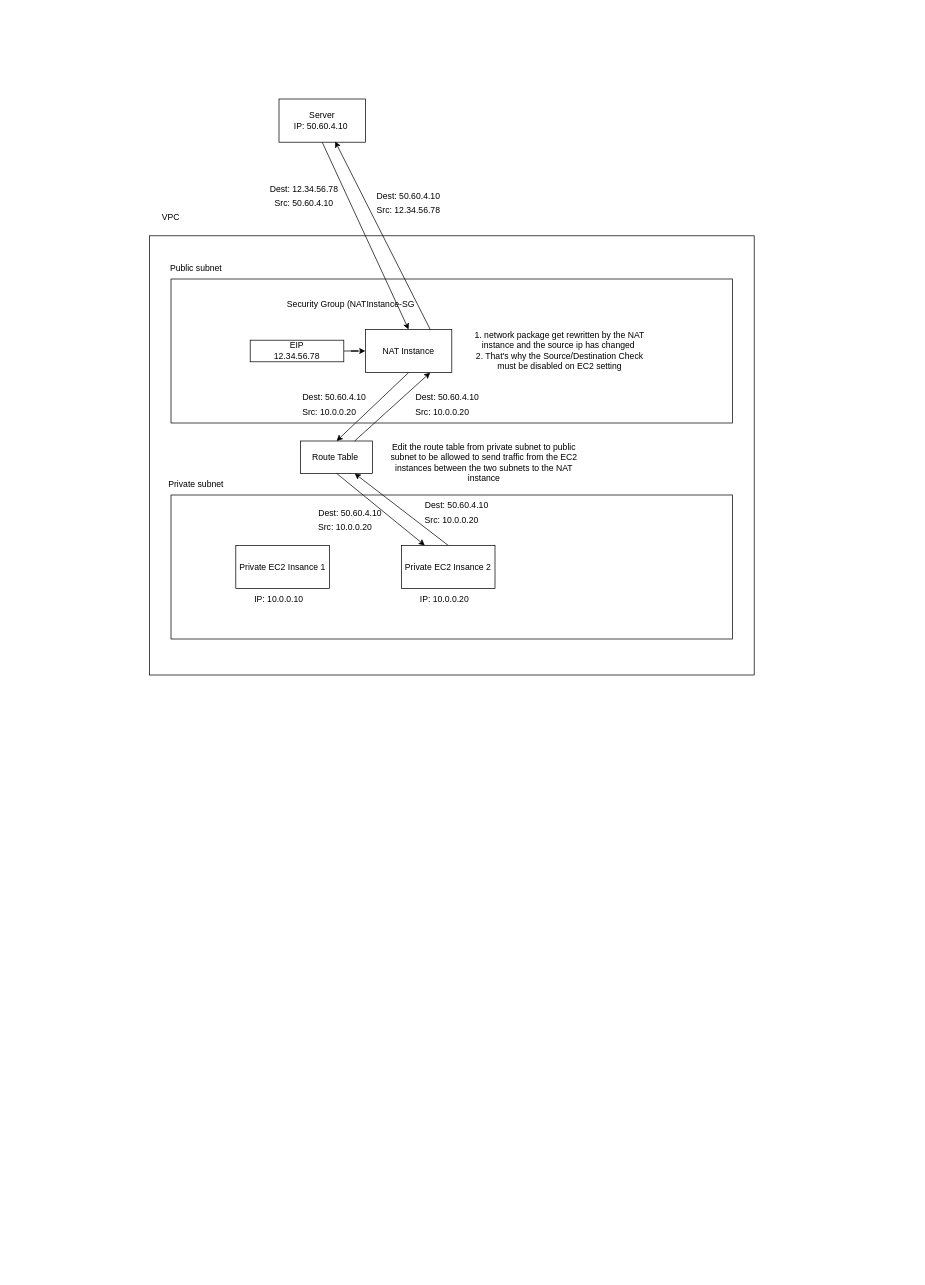
Before: Untitled Diagram.drawio in GeromeRen/temp, a draw.io diagram. Source tidied: cells renumbered, new cells numbered last; positions are measured from the earlier drawing's top-left corner, leaving out a move shared by most shapes. Both pictures are drawn from the tidied source at 72%, with x=0, y=0 at pixel (149, 99).
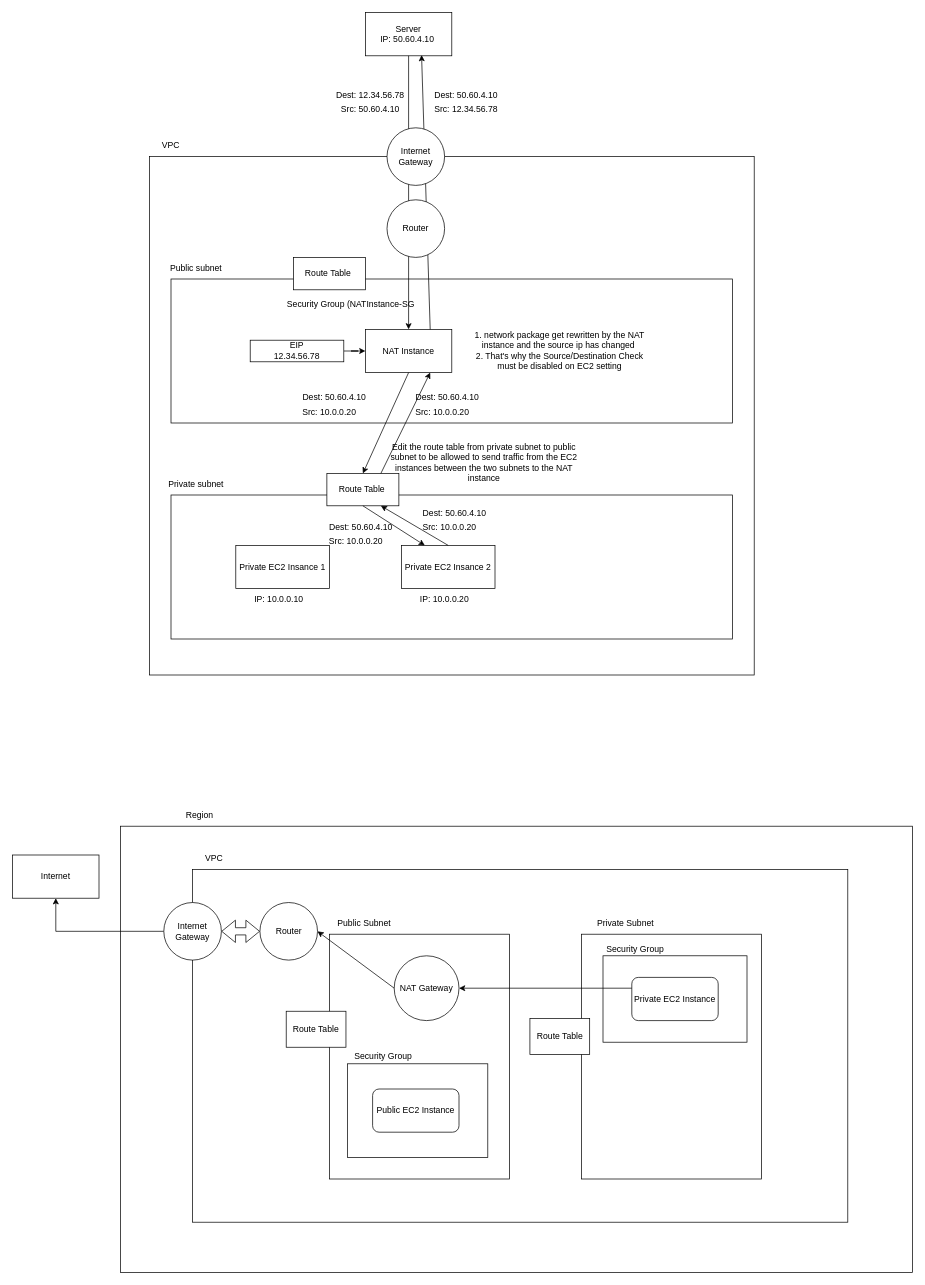
After the change.

Diff of the diagram source:
```diff
@@
     <mxCell id="2" style="rounded=0;whiteSpace=wrap;html=1;" parent="1" vertex="1">
-      <mxGeometry y="190" width="840" height="610" as="geometry" />
+      <mxGeometry y="80" width="840" height="720" as="geometry" />
     </mxCell>
     <mxCell id="3" value="VPC" style="text;html=1;strokeColor=none;fillColor=none;align=center;verticalAlign=middle;whiteSpace=wrap;rounded=0;" parent="1" vertex="1">
-      <mxGeometry y="150" width="60" height="30" as="geometry" />
+      <mxGeometry y="50" width="60" height="30" as="geometry" />
     </mxCell>
@@
     <mxCell id="8" value="Server&lt;br&gt;IP: 50.60.4.10&amp;nbsp;" style="rounded=0;whiteSpace=wrap;html=1;" parent="1" vertex="1">
-      <mxGeometry x="180" width="120" height="60" as="geometry" />
+      <mxGeometry x="300" y="-120" width="120" height="60" as="geometry" />
     </mxCell>
@@
     <mxCell id="15" value="Route Table&amp;nbsp;" style="rounded=0;whiteSpace=wrap;html=1;" parent="1" vertex="1">
-      <mxGeometry x="210" y="475" width="100" height="45" as="geometry" />
+      <mxGeometry x="246.5" y="520" width="100" height="45" as="geometry" />
     </mxCell>
@@
     <mxCell id="19" value="Dest: 50.60.4.10" style="text;html=1;strokeColor=none;fillColor=none;align=center;verticalAlign=middle;whiteSpace=wrap;rounded=0;" parent="1" vertex="1">
-      <mxGeometry x="367" y="550" width="120" height="30" as="geometry" />
+      <mxGeometry x="363.5" y="560" width="120" height="30" as="geometry" />
     </mxCell>
     <mxCell id="20" value="Src: 10.0.0.20" style="text;html=1;strokeColor=none;fillColor=none;align=center;verticalAlign=middle;whiteSpace=wrap;rounded=0;" parent="1" vertex="1">
-      <mxGeometry x="360" y="570" width="120" height="30" as="geometry" />
+      <mxGeometry x="356.5" y="580" width="120" height="30" as="geometry" />
     </mxCell>
@@
     <mxCell id="29" value="Dest: 50.60.4.10" style="text;html=1;strokeColor=none;fillColor=none;align=center;verticalAlign=middle;whiteSpace=wrap;rounded=0;" parent="1" vertex="1">
-      <mxGeometry x="300" y="120" width="120" height="30" as="geometry" />
+      <mxGeometry x="380" y="-20" width="120" height="30" as="geometry" />
     </mxCell>
     <mxCell id="30" value="Src: 12.34.56.78" style="text;html=1;strokeColor=none;fillColor=none;align=center;verticalAlign=middle;whiteSpace=wrap;rounded=0;" parent="1" vertex="1">
-      <mxGeometry x="300" y="140" width="120" height="30" as="geometry" />
+      <mxGeometry x="380" width="120" height="30" as="geometry" />
     </mxCell>
@@
     <mxCell id="32" value="Dest: 12.34.56.78" style="text;html=1;strokeColor=none;fillColor=none;align=center;verticalAlign=middle;whiteSpace=wrap;rounded=0;" parent="1" vertex="1">
-      <mxGeometry x="155" y="110" width="120" height="30" as="geometry" />
+      <mxGeometry x="246.5" y="-20" width="120" height="30" as="geometry" />
     </mxCell>
     <mxCell id="33" value="Src: 50.60.4.10" style="text;html=1;strokeColor=none;fillColor=none;align=center;verticalAlign=middle;whiteSpace=wrap;rounded=0;" parent="1" vertex="1">
-      <mxGeometry x="155" y="130" width="120" height="30" as="geometry" />
+      <mxGeometry x="246.5" width="120" height="30" as="geometry" />
     </mxCell>
@@
     <mxCell id="36" value="Dest: 50.60.4.10" style="text;html=1;strokeColor=none;fillColor=none;align=center;verticalAlign=middle;whiteSpace=wrap;rounded=0;" parent="1" vertex="1">
-      <mxGeometry x="219" y="560" width="120" height="30" as="geometry" />
+      <mxGeometry x="233.5" y="580" width="120" height="30" as="geometry" />
     </mxCell>
     <mxCell id="37" value="Src: 10.0.0.20" style="text;html=1;strokeColor=none;fillColor=none;align=center;verticalAlign=middle;whiteSpace=wrap;rounded=0;" parent="1" vertex="1">
-      <mxGeometry x="212" y="580" width="120" height="30" as="geometry" />
+      <mxGeometry x="226.5" y="600" width="120" height="30" as="geometry" />
     </mxCell>
+    <mxCell id="38" value="Route Table&amp;nbsp;" style="rounded=0;whiteSpace=wrap;html=1;" parent="1" vertex="1">
+      <mxGeometry x="200" y="220" width="100" height="45" as="geometry" />
+    </mxCell>
+    <mxCell id="39" value="Internet Gateway" style="ellipse;whiteSpace=wrap;html=1;" parent="1" vertex="1">
+      <mxGeometry x="330" y="40" width="80" height="80" as="geometry" />
+    </mxCell>
+    <mxCell id="40" value="Router" style="ellipse;whiteSpace=wrap;html=1;" parent="1" vertex="1">
+      <mxGeometry x="330" y="140" width="80" height="80" as="geometry" />
+    </mxCell>
+    <mxCell id="41" style="rounded=0;whiteSpace=wrap;html=1;" parent="1" vertex="1">
+      <mxGeometry x="-40" y="1010" width="1100" height="620" as="geometry" />
+    </mxCell>
+    <mxCell id="42" value="Internet" style="rounded=0;whiteSpace=wrap;html=1;" parent="1" vertex="1">
+      <mxGeometry x="-190" y="1050" width="120" height="60" as="geometry" />
+    </mxCell>
+    <mxCell id="43" value="Region" style="text;html=1;strokeColor=none;fillColor=none;align=center;verticalAlign=middle;whiteSpace=wrap;rounded=0;" parent="1" vertex="1">
+      <mxGeometry x="40" y="980" width="60" height="30" as="geometry" />
+    </mxCell>
+    <mxCell id="44" style="rounded=0;whiteSpace=wrap;html=1;" parent="1" vertex="1">
+      <mxGeometry x="60" y="1070" width="910" height="490" as="geometry" />
+    </mxCell>
+    <mxCell id="45" value="VPC" style="text;html=1;strokeColor=none;fillColor=none;align=center;verticalAlign=middle;whiteSpace=wrap;rounded=0;" parent="1" vertex="1">
+      <mxGeometry x="60" y="1040" width="60" height="30" as="geometry" />
+    </mxCell>
+    <mxCell id="46" style="rounded=0;whiteSpace=wrap;html=1;" parent="1" vertex="1">
+      <mxGeometry x="250" y="1160" width="250" height="340" as="geometry" />
+    </mxCell>
+    <mxCell id="47" style="rounded=0;whiteSpace=wrap;html=1;" parent="1" vertex="1">
+      <mxGeometry x="600" y="1160" width="250" height="340" as="geometry" />
+    </mxCell>
+    <mxCell id="48" value="Public Subnet" style="text;html=1;strokeColor=none;fillColor=none;align=center;verticalAlign=middle;whiteSpace=wrap;rounded=0;" parent="1" vertex="1">
+      <mxGeometry x="247" y="1130" width="103" height="30" as="geometry" />
+    </mxCell>
+    <mxCell id="49" value="Private Subnet" style="text;html=1;strokeColor=none;fillColor=none;align=center;verticalAlign=middle;whiteSpace=wrap;rounded=0;" parent="1" vertex="1">
+      <mxGeometry x="610" y="1130" width="103" height="30" as="geometry" />
+    </mxCell>
+    <mxCell id="50" style="rounded=0;whiteSpace=wrap;html=1;" parent="1" vertex="1">
+      <mxGeometry x="630" y="1190" width="200" height="120" as="geometry" />
+    </mxCell>
+    <mxCell id="51" style="rounded=0;whiteSpace=wrap;html=1;" parent="1" vertex="1">
+      <mxGeometry x="275" y="1340" width="195" height="130" as="geometry" />
+    </mxCell>
+    <mxCell id="52" value="Private EC2 Instance" style="rounded=1;whiteSpace=wrap;html=1;" parent="1" vertex="1">
+      <mxGeometry x="670" y="1220" width="120" height="60" as="geometry" />
+    </mxCell>
+    <mxCell id="53" value="Public EC2 Instance" style="rounded=1;whiteSpace=wrap;html=1;" parent="1" vertex="1">
+      <mxGeometry x="310" y="1375" width="120" height="60" as="geometry" />
+    </mxCell>
+    <mxCell id="54" value="Route Table" style="rounded=0;whiteSpace=wrap;html=1;" parent="1" vertex="1">
+      <mxGeometry x="190" y="1267" width="83" height="50" as="geometry" />
+    </mxCell>
+    <mxCell id="55" value="Route Table" style="rounded=0;whiteSpace=wrap;html=1;" parent="1" vertex="1">
+      <mxGeometry x="528.5" y="1277" width="83" height="50" as="geometry" />
+    </mxCell>
+    <mxCell id="56" value="NAT Gateway" style="ellipse;whiteSpace=wrap;html=1;" parent="1" vertex="1">
+      <mxGeometry x="340" y="1190" width="90" height="90" as="geometry" />
+    </mxCell>
+    <mxCell id="57" value="Security Group" style="text;html=1;strokeColor=none;fillColor=none;align=center;verticalAlign=middle;whiteSpace=wrap;rounded=0;" parent="1" vertex="1">
+      <mxGeometry x="620" y="1166" width="110" height="30" as="geometry" />
+    </mxCell>
+    <mxCell id="58" value="Security Group" style="text;html=1;strokeColor=none;fillColor=none;align=center;verticalAlign=middle;whiteSpace=wrap;rounded=0;" parent="1" vertex="1">
+      <mxGeometry x="270" y="1315" width="110" height="30" as="geometry" />
+    </mxCell>
+    <mxCell id="59" style="endArrow=classic;html=1;rounded=0;entryX=1;entryY=0.5;entryDx=0;entryDy=0;exitX=0;exitY=0.25;exitDx=0;exitDy=0;" parent="1" edge="1" source="52" target="56">
+      <mxGeometry relative="1" as="geometry" />
+    </mxCell>
+    <mxCell id="60" value="Router" style="ellipse;whiteSpace=wrap;html=1;" parent="1" vertex="1">
+      <mxGeometry x="153.5" y="1116" width="80" height="80" as="geometry" />
+    </mxCell>
+    <mxCell id="61" style="endArrow=classic;html=1;rounded=0;entryX=1;entryY=0.5;entryDx=0;entryDy=0;exitX=0;exitY=0.5;exitDx=0;exitDy=0;" parent="1" edge="1" source="56" target="60">
+      <mxGeometry relative="1" as="geometry" />
+    </mxCell>
+    <mxCell id="62" style="edgeStyle=orthogonalEdgeStyle;rounded=0;jettySize=auto;html=1;entryX=0.5;entryY=1;entryDx=0;entryDy=0;" parent="1" edge="1" source="63" target="42">
+      <mxGeometry relative="1" as="geometry" />
+    </mxCell>
+    <mxCell id="63" value="Internet Gateway" style="ellipse;whiteSpace=wrap;html=1;" parent="1" vertex="1">
+      <mxGeometry x="20" y="1116" width="80" height="80" as="geometry" />
+    </mxCell>
+    <mxCell id="64" style="shape=flexArrow;endArrow=classic;startArrow=classic;html=1;rounded=0;entryX=0;entryY=0.5;entryDx=0;entryDy=0;exitX=1;exitY=0.5;exitDx=0;exitDy=0;" parent="1" edge="1" source="63" target="60">
+      <mxGeometry relative="1" as="geometry" />
+    </mxCell>
```
